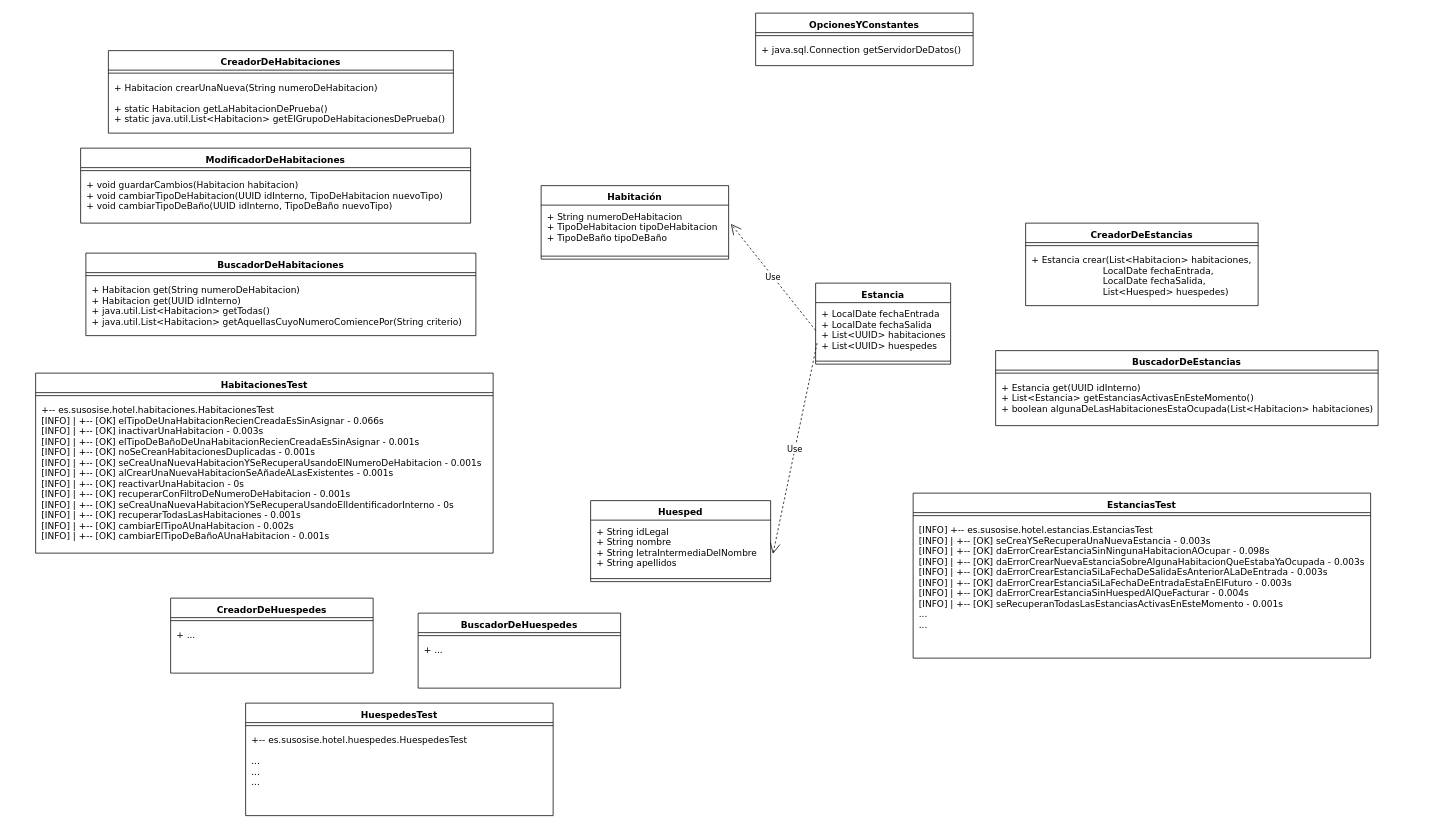
Before: documentacion/diagrama de clases para la gestion de estancias.drawio in JuanMuruaOlalde/Hotel, a draw.io diagram. Source tidied: cells renumbered, new cells numbered last; positions are measured from the earlier drawing's top-left corner, leaving out a move shared by most shapes. Both pictures are drawn from the tidied source at 75%, with x=0, y=0 at pixel (35, 13).
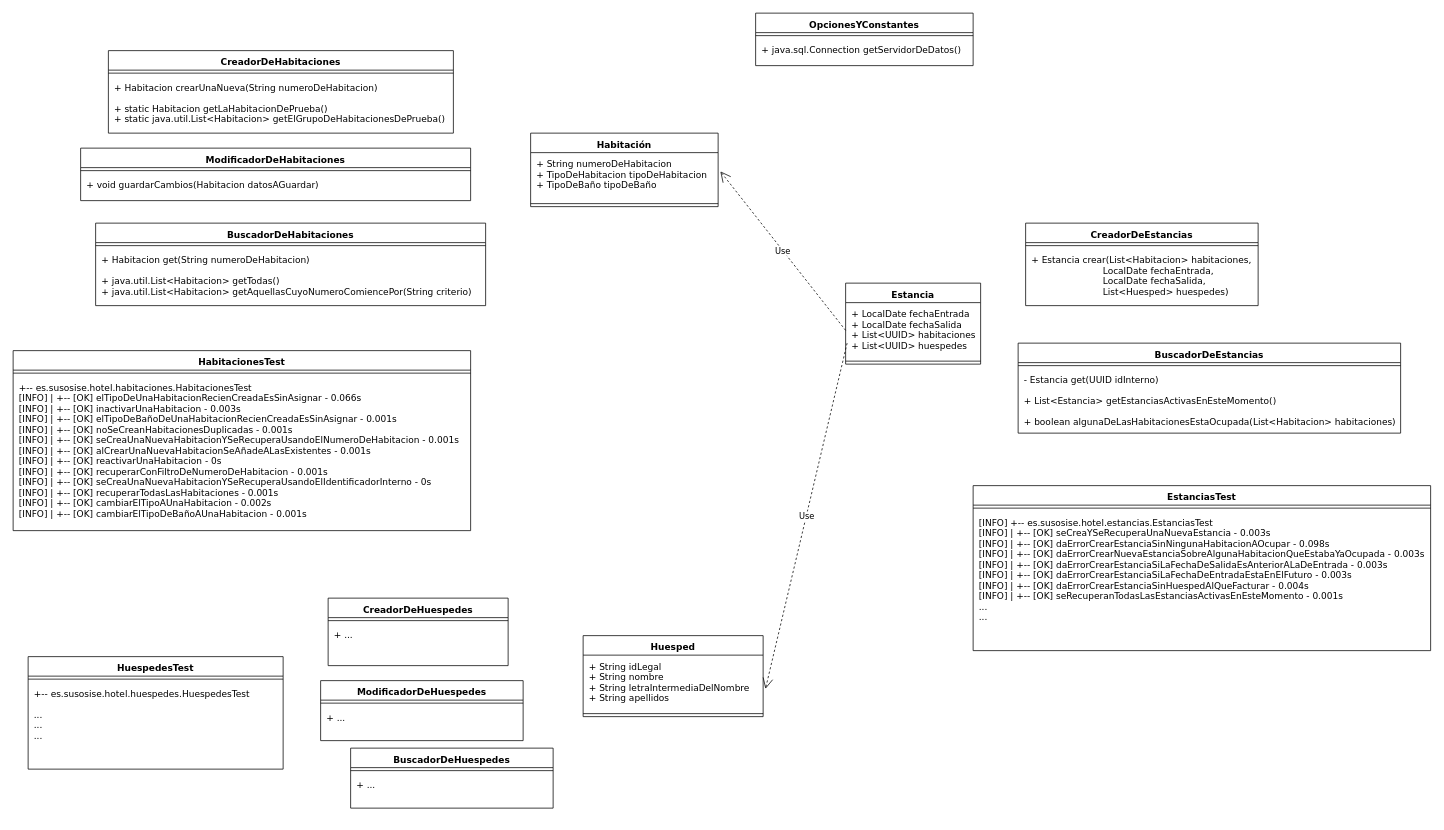
After the change.

Commit message (it also covers changes not shown here):
refactorizar todo el tratamiento de habitaciones, para hacer mas claro su uso.

Change to the diagram source:
```diff
@@
     <mxCell id="5" value="Estancia" style="swimlane;fontStyle=1;align=center;verticalAlign=top;horizontal=1;startSize=26;fontFamily=Verdana;spacing=4;" parent="1" vertex="1">
-      <mxGeometry x="1040" y="360" width="180" height="108" as="geometry" />
+      <mxGeometry x="1080" y="360" width="180" height="108" as="geometry" />
     </mxCell>
@@
     <mxCell id="11" value="BuscadorDeEstancias" style="swimlane;fontStyle=1;align=center;verticalAlign=top;horizontal=1;startSize=26;fontFamily=Verdana;spacing=4;" parent="1" vertex="1">
-      <mxGeometry x="1280" y="450" width="510" height="100" as="geometry" />
+      <mxGeometry x="1310" y="440" width="510" height="120" as="geometry" />
     </mxCell>
@@
-    <mxCell id="13" value="+ Estancia get(UUID idInterno)&#10;+ List&lt;Estancia&gt; getEstanciasActivasEnEsteMomento()&#10;+ boolean algunaDeLasHabitacionesEstaOcupada(List&lt;Habitacion&gt; habitaciones)&#10;&#10;" style="text;strokeColor=none;fillColor=none;align=left;verticalAlign=top;spacingLeft=4;spacingRight=4;overflow=hidden;fontFamily=Verdana;spacing=4;" parent="11" vertex="1">
-      <mxGeometry y="34" width="510" height="66" as="geometry" />
+    <mxCell id="13" value="- Estancia get(UUID idInterno)&#10;&#10;+ List&lt;Estancia&gt; getEstanciasActivasEnEsteMomento()&#10;&#10;+ boolean algunaDeLasHabitacionesEstaOcupada(List&lt;Habitacion&gt; habitaciones)&#10;&#10;" style="text;strokeColor=none;fillColor=none;align=left;verticalAlign=top;spacingLeft=4;spacingRight=4;overflow=hidden;fontFamily=Verdana;spacing=4;" parent="11" vertex="1">
+      <mxGeometry y="34" width="510" height="86" as="geometry" />
     </mxCell>
     <mxCell id="14" value="Habitación" style="swimlane;fontStyle=1;align=center;verticalAlign=top;horizontal=1;startSize=26;fontFamily=Verdana;spacing=4;" parent="1" vertex="1">
-      <mxGeometry x="674" y="230" width="250" height="98" as="geometry" />
+      <mxGeometry x="660" y="160" width="250" height="98" as="geometry" />
     </mxCell>
@@
     <mxCell id="20" value="BuscadorDeHabitaciones" style="swimlane;fontStyle=1;align=center;verticalAlign=top;horizontal=1;startSize=26;fontFamily=Verdana;spacing=4;" parent="1" vertex="1">
-      <mxGeometry x="67" y="320" width="520" height="110" as="geometry" />
+      <mxGeometry x="80" y="280" width="520" height="110" as="geometry" />
     </mxCell>
@@
-    <mxCell id="22" value="+ Habitacion get(String numeroDeHabitacion)&#10;+ Habitacion get(UUID idInterno)&#10;+ java.util.List&lt;Habitacion&gt; getTodas()&#10;+ java.util.List&lt;Habitacion&gt; getAquellasCuyoNumeroComiencePor(String criterio)&#10;&#10;" style="text;strokeColor=none;fillColor=none;align=left;verticalAlign=top;spacingLeft=4;spacingRight=4;overflow=hidden;fontFamily=Verdana;spacing=4;" parent="20" vertex="1">
+    <mxCell id="22" value="+ Habitacion get(String numeroDeHabitacion)&#10;&#10;+ java.util.List&lt;Habitacion&gt; getTodas()&#10;+ java.util.List&lt;Habitacion&gt; getAquellasCuyoNumeroComiencePor(String criterio)&#10;&#10;" style="text;strokeColor=none;fillColor=none;align=left;verticalAlign=top;spacingLeft=4;spacingRight=4;overflow=hidden;fontFamily=Verdana;spacing=4;" parent="20" vertex="1">
       <mxGeometry y="34" width="520" height="76" as="geometry" />
     </mxCell>
     <mxCell id="23" value="ModificadorDeHabitaciones" style="swimlane;fontStyle=1;align=center;verticalAlign=top;horizontal=1;startSize=26;fontFamily=Verdana;spacing=4;" parent="1" vertex="1">
-      <mxGeometry x="60" y="180" width="520" height="100" as="geometry" />
+      <mxGeometry x="60" y="180" width="520" height="70" as="geometry" />
     </mxCell>
@@
-    <mxCell id="25" value="+ void guardarCambios(Habitacion habitacion)&#10;+ void cambiarTipoDeHabitacion(UUID idInterno, TipoDeHabitacion nuevoTipo)&#10;+ void cambiarTipoDeBaño(UUID idInterno, TipoDeBaño nuevoTipo)" style="text;strokeColor=none;fillColor=none;align=left;verticalAlign=top;spacingLeft=4;spacingRight=4;overflow=hidden;fontFamily=Verdana;spacingBottom=0;spacing=4;" parent="23" vertex="1">
-      <mxGeometry y="34" width="520" height="66" as="geometry" />
+    <mxCell id="25" value="+ void guardarCambios(Habitacion datosAGuardar)&#10;" style="text;strokeColor=none;fillColor=none;align=left;verticalAlign=top;spacingLeft=4;spacingRight=4;overflow=hidden;fontFamily=Verdana;spacingBottom=0;spacing=4;" parent="23" vertex="1">
+      <mxGeometry y="34" width="520" height="36" as="geometry" />
     </mxCell>
     <mxCell id="26" value="Huesped" style="swimlane;fontStyle=1;align=center;verticalAlign=top;horizontal=1;startSize=26;fontFamily=Verdana;spacing=4;spacingBottom=0;" parent="1" vertex="1">
-      <mxGeometry x="740" y="650" width="240" height="108" as="geometry" />
+      <mxGeometry x="730" y="830" width="240" height="108" as="geometry" />
     </mxCell>
@@
     <mxCell id="31" value="HabitacionesTest" style="swimlane;fontStyle=1;align=center;verticalAlign=top;horizontal=1;startSize=26;fontFamily=Verdana;spacing=4;" parent="1" vertex="1">
-      <mxGeometry y="480" width="610" height="240" as="geometry" />
+      <mxGeometry x="-30" y="450" width="610" height="240" as="geometry" />
     </mxCell>
@@
     <mxCell id="34" value="EstanciasTest" style="swimlane;fontStyle=1;align=center;verticalAlign=top;horizontal=1;startSize=26;fontFamily=Verdana;spacing=4;" parent="1" vertex="1">
-      <mxGeometry x="1170" y="640" width="610" height="220" as="geometry" />
+      <mxGeometry x="1250" y="630" width="610" height="220" as="geometry" />
     </mxCell>
@@
     <mxCell id="37" value="HuespedesTest" style="swimlane;fontStyle=1;align=center;verticalAlign=top;horizontal=1;startSize=26;fontFamily=Verdana;spacing=4;" parent="1" vertex="1">
-      <mxGeometry x="280" y="920" width="410" height="150" as="geometry" />
+      <mxGeometry x="-10" y="858" width="340" height="150" as="geometry" />
     </mxCell>
     <mxCell id="38" style="line;strokeWidth=1;fillColor=none;align=left;verticalAlign=middle;spacingTop=-1;spacingLeft=3;spacingRight=3;labelPosition=right;fontFamily=Verdana;spacing=4;" parent="37" vertex="1">
-      <mxGeometry y="26" width="410" height="8" as="geometry" />
+      <mxGeometry y="26" width="340" height="8" as="geometry" />
     </mxCell>
     <mxCell id="39" value="+-- es.susosise.hotel.huespedes.HuespedesTest&#10;&#10;...&#10;...&#10;...&#10;" style="text;strokeColor=none;fillColor=none;align=left;verticalAlign=top;spacingLeft=4;spacingRight=4;overflow=hidden;fontFamily=Verdana;spacing=4;" parent="37" vertex="1">
-      <mxGeometry y="34" width="410" height="116" as="geometry" />
+      <mxGeometry y="34" width="340" height="116" as="geometry" />
     </mxCell>
     <mxCell id="40" value="CreadorDeHuespedes" style="swimlane;fontStyle=1;align=center;verticalAlign=top;horizontal=1;startSize=26;fontFamily=Verdana;spacing=4;" parent="1" vertex="1">
-      <mxGeometry x="180" y="780" width="270" height="100" as="geometry" />
+      <mxGeometry x="390" y="780" width="240" height="90" as="geometry" />
     </mxCell>
     <mxCell id="41" style="line;strokeWidth=1;fillColor=none;align=left;verticalAlign=middle;spacingTop=-1;spacingLeft=3;spacingRight=3;labelPosition=right;fontFamily=Verdana;spacing=4;" parent="40" vertex="1">
-      <mxGeometry y="26" width="270" height="8" as="geometry" />
+      <mxGeometry y="26" width="240" height="8" as="geometry" />
     </mxCell>
     <mxCell id="42" value="+ ..." style="text;strokeColor=none;fillColor=none;align=left;verticalAlign=top;spacingLeft=4;spacingRight=4;overflow=hidden;fontFamily=Verdana;spacing=4;" parent="40" vertex="1">
-      <mxGeometry y="34" width="270" height="66" as="geometry" />
+      <mxGeometry y="34" width="240" height="56" as="geometry" />
     </mxCell>
     <mxCell id="43" value="BuscadorDeHuespedes" style="swimlane;fontStyle=1;align=center;verticalAlign=top;horizontal=1;startSize=26;fontFamily=Verdana;spacing=4;" parent="1" vertex="1">
-      <mxGeometry x="510" y="800" width="270" height="100" as="geometry" />
+      <mxGeometry x="420" y="980" width="270" height="80" as="geometry" />
     </mxCell>
@@
     <mxCell id="45" value="+ ..." style="text;strokeColor=none;fillColor=none;align=left;verticalAlign=top;spacingLeft=4;spacingRight=4;overflow=hidden;fontFamily=Verdana;spacing=4;" parent="43" vertex="1">
-      <mxGeometry y="34" width="270" height="66" as="geometry" />
+      <mxGeometry y="34" width="270" height="46" as="geometry" />
     </mxCell>
+    <mxCell id="46" value="ModificadorDeHuespedes" style="swimlane;fontStyle=1;align=center;verticalAlign=top;horizontal=1;startSize=26;fontFamily=Verdana;spacing=4;" parent="1" vertex="1">
+      <mxGeometry x="380" y="890" width="270" height="80" as="geometry" />
+    </mxCell>
+    <mxCell id="47" style="line;strokeWidth=1;fillColor=none;align=left;verticalAlign=middle;spacingTop=-1;spacingLeft=3;spacingRight=3;labelPosition=right;fontFamily=Verdana;spacing=4;" parent="46" vertex="1">
+      <mxGeometry y="26" width="270" height="8" as="geometry" />
+    </mxCell>
+    <mxCell id="48" value="+ ..." style="text;strokeColor=none;fillColor=none;align=left;verticalAlign=top;spacingLeft=4;spacingRight=4;overflow=hidden;fontFamily=Verdana;spacing=4;" parent="46" vertex="1">
+      <mxGeometry y="34" width="270" height="46" as="geometry" />
+    </mxCell>
```
